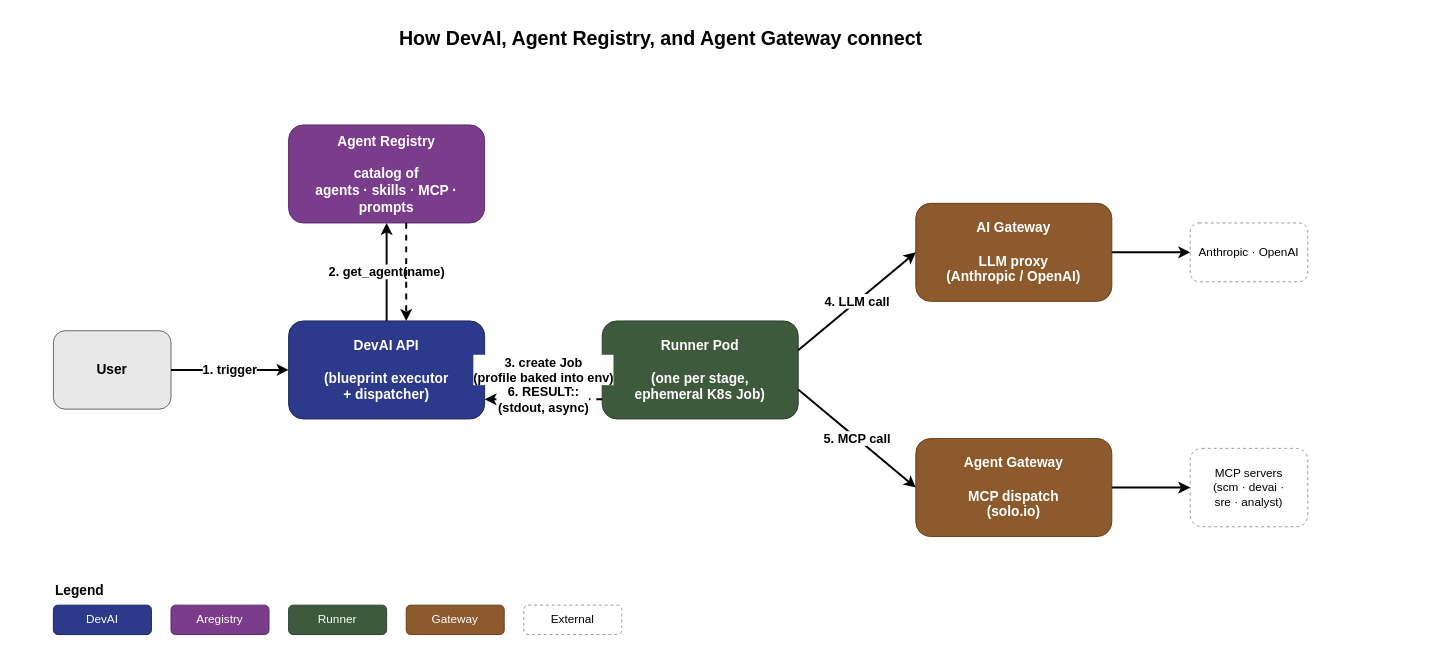
This is docs/agentic/diagrams/01-component-topology.drawio from tesserix/devai, a draw.io file, before an edit. Source tidied: cells renumbered, new cells numbered last; positions are measured from the earlier drawing's top-left corner, leaving out a move shared by most shapes. Both pictures are drawn from the tidied source at 98%, with x=0, y=0 at pixel (53, 17).
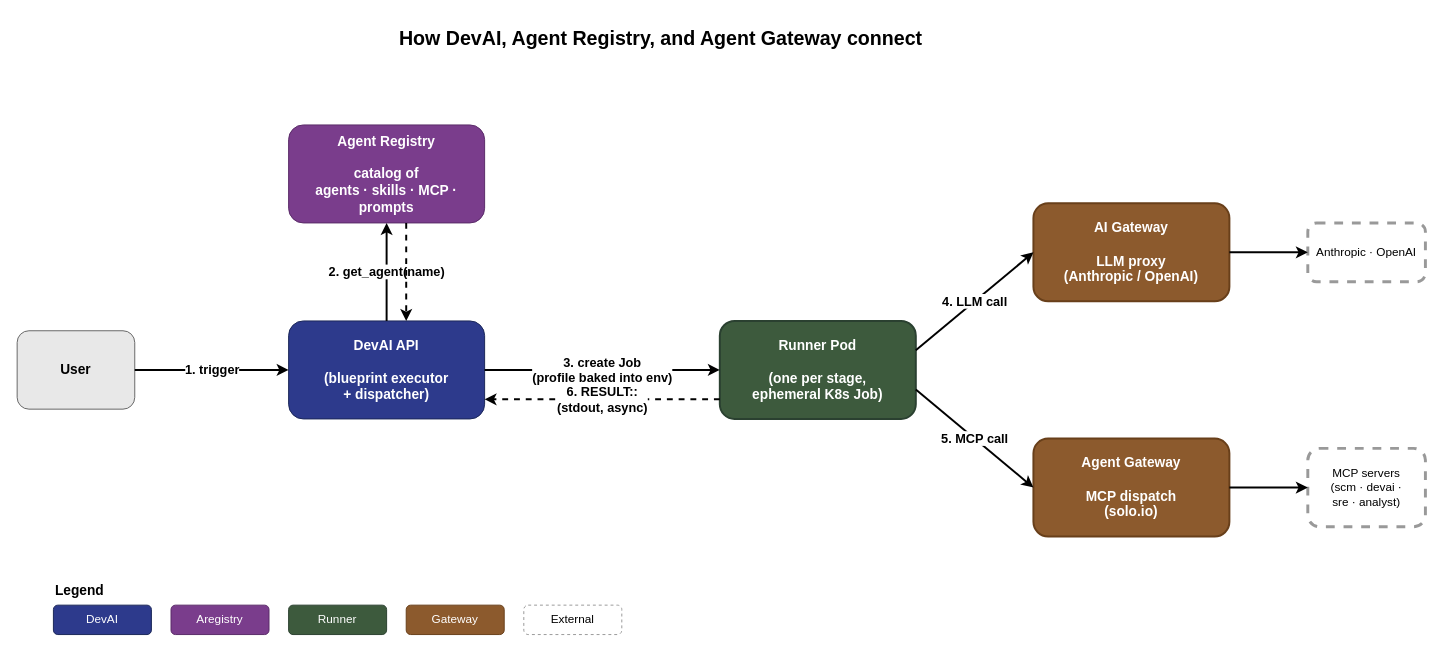
The same diagram, later.

Commit message (it also covers changes not shown here):
docs(agentic): plain-English section on agent + MCP resolution

What changed in the source:
```diff
@@
     <mxCell id="3" value="User" style="rounded=1;whiteSpace=wrap;html=1;fillColor=#e8e8e8;strokeColor=#666;fontSize=14;fontStyle=1;" parent="1" vertex="1">
-      <mxGeometry y="320" width="120" height="80" as="geometry" />
+      <mxGeometry x="-37" y="320" width="120" height="80" as="geometry" />
     </mxCell>
@@
-    <mxCell id="6" value="Runner Pod&#10;&#10;(one per stage,&#10;ephemeral K8s Job)" style="rounded=1;whiteSpace=wrap;html=1;fillColor=#3d5a3d;strokeColor=#2a4030;fontColor=#fff;fontSize=14;fontStyle=1;" parent="1" vertex="1">
-      <mxGeometry x="560" y="310" width="200" height="100" as="geometry" />
+    <mxCell id="6" value="Runner Pod&#10;&#10;(one per stage,&#10;ephemeral K8s Job)" style="rounded=1;whiteSpace=wrap;html=1;fillColor=#3d5a3d;strokeColor=#2a4030;fontColor=#fff;fontSize=14;fontStyle=1;strokeWidth=2;" parent="1" vertex="1">
+      <mxGeometry x="680" y="310" width="200" height="100" as="geometry" />
     </mxCell>
-    <mxCell id="7" value="AI Gateway&#10;&#10;LLM proxy&#10;(Anthropic / OpenAI)" style="rounded=1;whiteSpace=wrap;html=1;fillColor=#8c5a2d;strokeColor=#683f1a;fontColor=#fff;fontSize=14;fontStyle=1;" parent="1" vertex="1">
-      <mxGeometry x="880" y="190" width="200" height="100" as="geometry" />
+    <mxCell id="7" value="AI Gateway&#10;&#10;LLM proxy&#10;(Anthropic / OpenAI)" style="rounded=1;whiteSpace=wrap;html=1;fillColor=#8c5a2d;strokeColor=#683f1a;fontColor=#fff;fontSize=14;fontStyle=1;strokeWidth=2;" parent="1" vertex="1">
+      <mxGeometry x="1000" y="190" width="200" height="100" as="geometry" />
     </mxCell>
-    <mxCell id="8" value="Agent Gateway&#10;&#10;MCP dispatch&#10;(solo.io)" style="rounded=1;whiteSpace=wrap;html=1;fillColor=#8c5a2d;strokeColor=#683f1a;fontColor=#fff;fontSize=14;fontStyle=1;" parent="1" vertex="1">
-      <mxGeometry x="880" y="430" width="200" height="100" as="geometry" />
+    <mxCell id="8" value="Agent Gateway&#10;&#10;MCP dispatch&#10;(solo.io)" style="rounded=1;whiteSpace=wrap;html=1;fillColor=#8c5a2d;strokeColor=#683f1a;fontColor=#fff;fontSize=14;fontStyle=1;strokeWidth=2;" parent="1" vertex="1">
+      <mxGeometry x="1000" y="430" width="200" height="100" as="geometry" />
     </mxCell>
-    <mxCell id="9" value="Anthropic · OpenAI" style="rounded=1;whiteSpace=wrap;html=1;fillColor=#fff;strokeColor=#999;dashed=1;fontSize=12;" parent="1" vertex="1">
-      <mxGeometry x="1160" y="210" width="120" height="60" as="geometry" />
+    <mxCell id="9" value="Anthropic · OpenAI" style="rounded=1;whiteSpace=wrap;html=1;fillColor=#fff;strokeColor=#999;dashed=1;fontSize=12;strokeWidth=3;" parent="1" vertex="1">
+      <mxGeometry x="1280" y="210" width="120" height="60" as="geometry" />
     </mxCell>
-    <mxCell id="10" value="MCP servers&#10;(scm · devai ·&#10;sre · analyst)" style="rounded=1;whiteSpace=wrap;html=1;fillColor=#fff;strokeColor=#999;dashed=1;fontSize=12;" parent="1" vertex="1">
-      <mxGeometry x="1160" y="440" width="120" height="80" as="geometry" />
+    <mxCell id="10" value="MCP servers&#10;(scm · devai ·&#10;sre · analyst)" style="rounded=1;whiteSpace=wrap;html=1;fillColor=#fff;strokeColor=#999;dashed=1;fontSize=12;strokeWidth=3;" parent="1" vertex="1">
+      <mxGeometry x="1280" y="440" width="120" height="80" as="geometry" />
     </mxCell>
```
